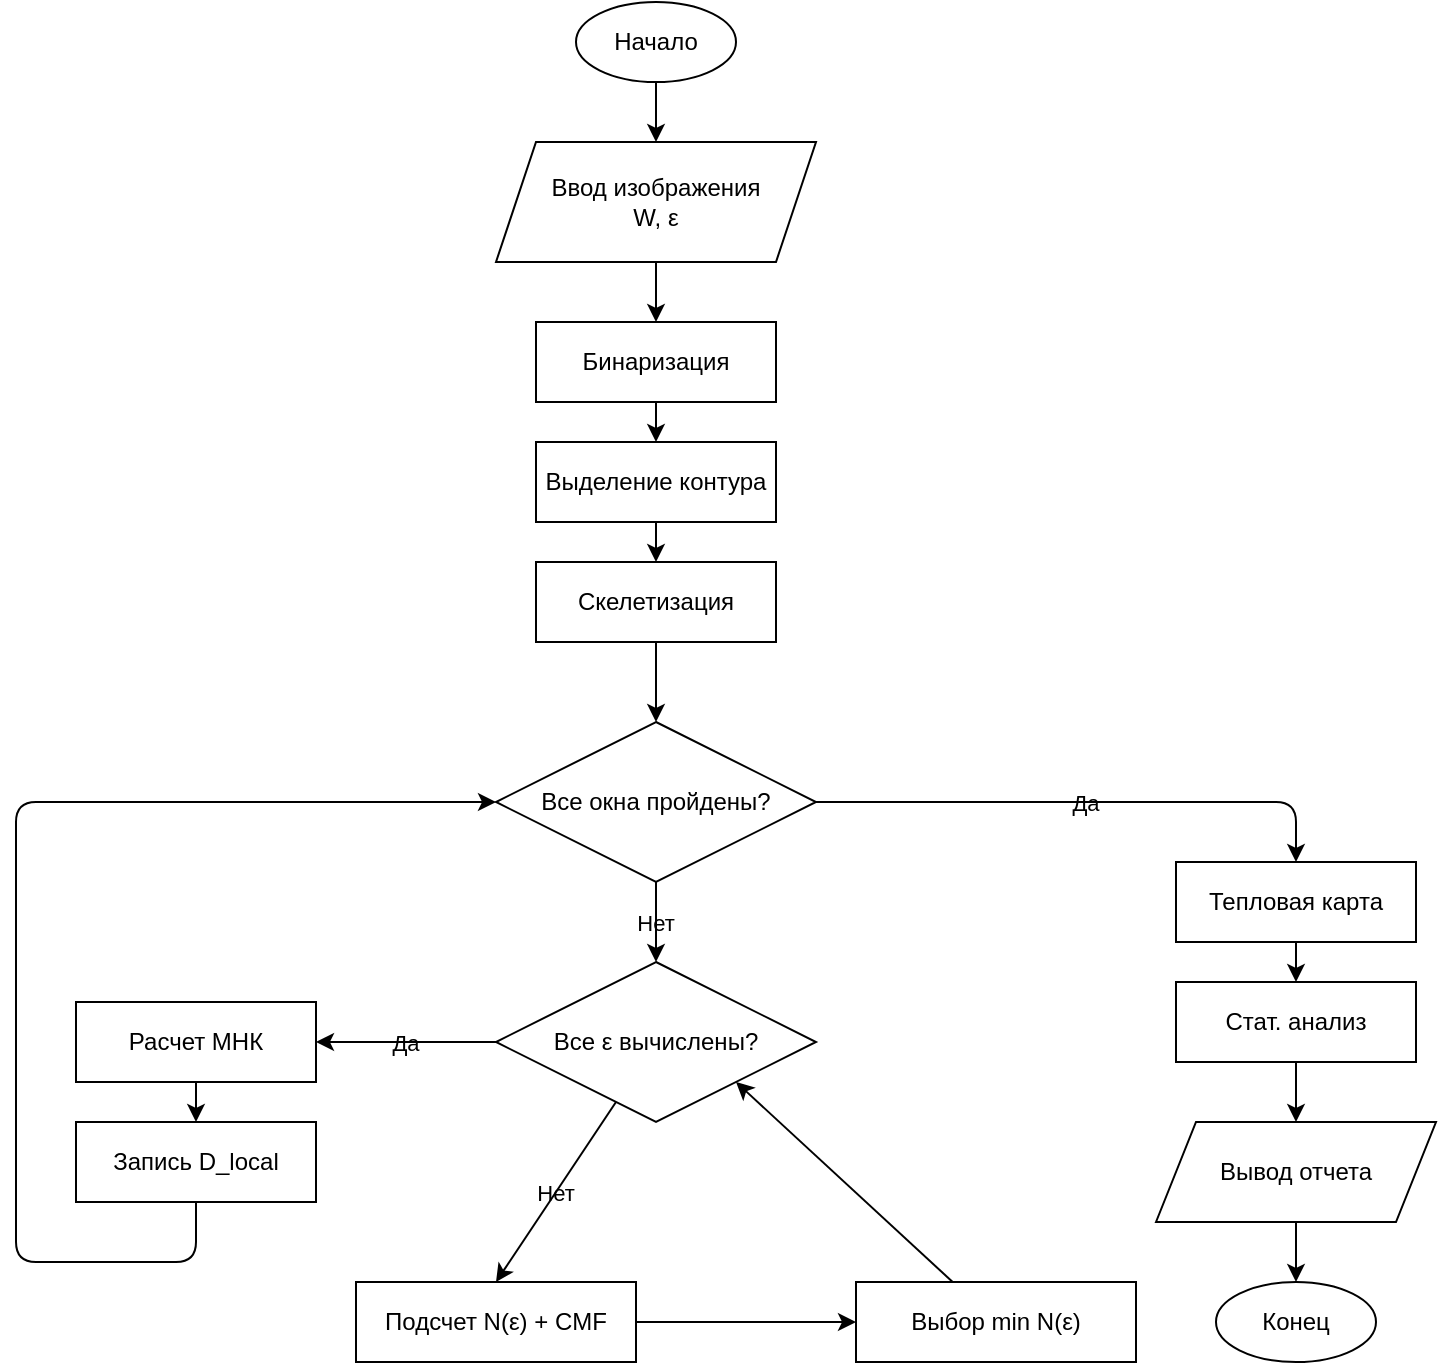
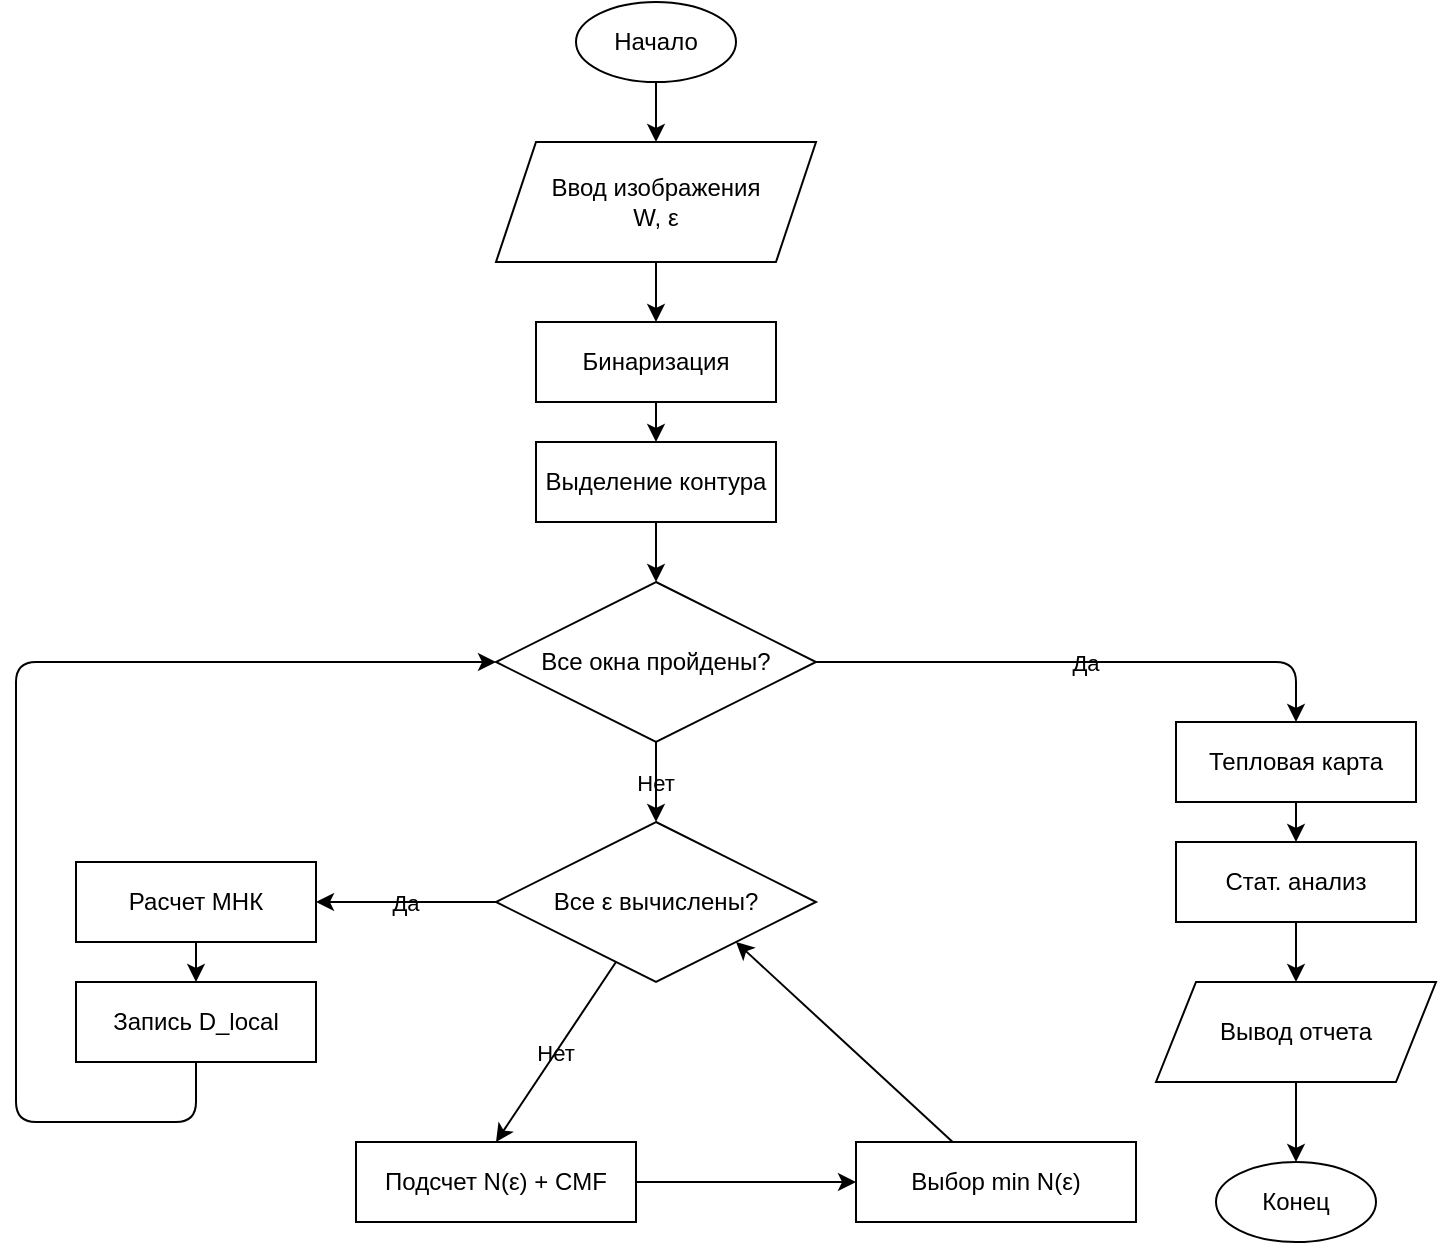
<mxfile host="app.diagrams.net" agent="Mozilla/5.0 (Windows NT 10.0; Win64; x64) AppleWebKit/537.36 (KHTML, like Gecko) Chrome/146.0.0.0 Safari/537.36">
  <diagram name="Страница-1" id="5RszcFqm--sPhPtSSHNC">
-     <mxGraphModel dx="847" dy="985" grid="1" gridSize="10" guides="1" tooltips="1" connect="1" arrows="1" fold="1" page="1" pageScale="1" pageWidth="827" pageHeight="1169" background="none" math="0" shadow="0" adaptiveColors="none">
+     <mxGraphModel dx="3113" dy="1990" grid="1" gridSize="10" guides="1" tooltips="1" connect="1" arrows="1" fold="1" page="1" pageScale="1" pageWidth="827" pageHeight="1169" background="none" math="0" shadow="0" adaptiveColors="none">
      <root>
        <mxCell id="0" />
        <mxCell id="1" parent="0" />
        <mxCell id="rsp-gIEi3x-SC83Q4U99-33" parent="1" style="ellipse;whiteSpace=wrap;labelBackgroundColor=none;" value="Начало" vertex="1">
          <mxGeometry height="40" width="80" x="320" y="20" as="geometry" />
        </mxCell>
        <mxCell id="rsp-gIEi3x-SC83Q4U99-34" parent="1" style="shape=parallelogram;fixedSize=1;whiteSpace=wrap;labelBackgroundColor=none;" value="Ввод изображения&#xa;W, ε" vertex="1">
          <mxGeometry height="60" width="160" x="280" y="90" as="geometry" />
        </mxCell>
        <mxCell id="rsp-gIEi3x-SC83Q4U99-35" parent="1" style="rounded=0;whiteSpace=wrap;labelBackgroundColor=none;" value="Бинаризация" vertex="1">
          <mxGeometry height="40" width="120" x="300" y="180" as="geometry" />
        </mxCell>
        <mxCell id="rsp-gIEi3x-SC83Q4U99-36" parent="1" style="rounded=0;whiteSpace=wrap;labelBackgroundColor=none;" value="Выделение контура" vertex="1">
          <mxGeometry height="40" width="120" x="300" y="240" as="geometry" />
        </mxCell>
-         <mxCell id="rsp-gIEi3x-SC83Q4U99-37" parent="1" style="rounded=0;whiteSpace=wrap;labelBackgroundColor=none;" value="Скелетизация" vertex="1">
-           <mxGeometry height="40" width="120" x="300" y="300" as="geometry" />
-         </mxCell>
        <mxCell id="rsp-gIEi3x-SC83Q4U99-38" parent="1" style="rhombus;whiteSpace=wrap;labelBackgroundColor=none;" value="Все окна пройдены?" vertex="1">
-           <mxGeometry height="80" width="160" x="280" y="380" as="geometry" />
+           <mxGeometry height="80" width="160" x="280" y="310" as="geometry" />
        </mxCell>
        <mxCell id="rsp-gIEi3x-SC83Q4U99-39" parent="1" style="rhombus;whiteSpace=wrap;labelBackgroundColor=none;" value="Все ε вычислены?" vertex="1">
-           <mxGeometry height="80" width="160" x="280" y="500" as="geometry" />
+           <mxGeometry height="80" width="160" x="280" y="430" as="geometry" />
        </mxCell>
        <mxCell id="rsp-gIEi3x-SC83Q4U99-40" parent="1" style="rounded=0;whiteSpace=wrap;labelBackgroundColor=none;" value="Подсчет N(ε) + CMF" vertex="1">
-           <mxGeometry height="40" width="140" x="210" y="660" as="geometry" />
+           <mxGeometry height="40" width="140" x="210" y="590" as="geometry" />
        </mxCell>
        <mxCell id="rsp-gIEi3x-SC83Q4U99-41" parent="1" style="rounded=0;whiteSpace=wrap;labelBackgroundColor=none;" value="Выбор min N(ε)" vertex="1">
-           <mxGeometry height="40" width="140" x="460" y="660" as="geometry" />
+           <mxGeometry height="40" width="140" x="460" y="590" as="geometry" />
        </mxCell>
        <mxCell id="rsp-gIEi3x-SC83Q4U99-42" parent="1" style="rounded=0;whiteSpace=wrap;labelBackgroundColor=none;" value="Расчет МНК" vertex="1">
-           <mxGeometry height="40" width="120" x="70" y="520" as="geometry" />
+           <mxGeometry height="40" width="120" x="70" y="450" as="geometry" />
        </mxCell>
        <mxCell id="rsp-gIEi3x-SC83Q4U99-43" parent="1" style="rounded=0;whiteSpace=wrap;labelBackgroundColor=none;" value="Запись D_local" vertex="1">
-           <mxGeometry height="40" width="120" x="70" y="580" as="geometry" />
+           <mxGeometry height="40" width="120" x="70" y="510" as="geometry" />
        </mxCell>
        <mxCell id="rsp-gIEi3x-SC83Q4U99-44" parent="1" style="rounded=0;whiteSpace=wrap;labelBackgroundColor=none;" value="Тепловая карта" vertex="1">
-           <mxGeometry height="40" width="120" x="620" y="450" as="geometry" />
+           <mxGeometry height="40" width="120" x="620" y="380" as="geometry" />
        </mxCell>
        <mxCell id="rsp-gIEi3x-SC83Q4U99-45" parent="1" style="rounded=0;whiteSpace=wrap;labelBackgroundColor=none;" value="Стат. анализ" vertex="1">
-           <mxGeometry height="40" width="120" x="620" y="510" as="geometry" />
+           <mxGeometry height="40" width="120" x="620" y="440" as="geometry" />
        </mxCell>
        <mxCell id="rsp-gIEi3x-SC83Q4U99-46" parent="1" style="shape=parallelogram;fixedSize=1;whiteSpace=wrap;labelBackgroundColor=none;" value="Вывод отчета" vertex="1">
-           <mxGeometry height="50" width="140" x="610" y="580" as="geometry" />
+           <mxGeometry height="50" width="140" x="610" y="510" as="geometry" />
        </mxCell>
        <mxCell id="rsp-gIEi3x-SC83Q4U99-47" parent="1" style="ellipse;whiteSpace=wrap;labelBackgroundColor=none;" value="Конец" vertex="1">
-           <mxGeometry height="40" width="80" x="640" y="660" as="geometry" />
+           <mxGeometry height="40" width="80" x="640" y="600" as="geometry" />
        </mxCell>
        <mxCell id="rsp-gIEi3x-SC83Q4U99-48" edge="1" parent="1" source="rsp-gIEi3x-SC83Q4U99-33" style="labelBackgroundColor=none;fontColor=default;" target="rsp-gIEi3x-SC83Q4U99-34">
          <mxGeometry relative="1" as="geometry" />
        </mxCell>
        <mxCell id="rsp-gIEi3x-SC83Q4U99-49" edge="1" parent="1" source="rsp-gIEi3x-SC83Q4U99-34" style="labelBackgroundColor=none;fontColor=default;" target="rsp-gIEi3x-SC83Q4U99-35">
          <mxGeometry relative="1" as="geometry" />
        </mxCell>
        <mxCell id="rsp-gIEi3x-SC83Q4U99-50" edge="1" parent="1" source="rsp-gIEi3x-SC83Q4U99-35" style="labelBackgroundColor=none;fontColor=default;" target="rsp-gIEi3x-SC83Q4U99-36">
          <mxGeometry relative="1" as="geometry" />
        </mxCell>
-         <mxCell id="rsp-gIEi3x-SC83Q4U99-51" edge="1" parent="1" source="rsp-gIEi3x-SC83Q4U99-36" style="labelBackgroundColor=none;fontColor=default;" target="rsp-gIEi3x-SC83Q4U99-37">
-           <mxGeometry relative="1" as="geometry" />
-         </mxCell>
-         <mxCell id="rsp-gIEi3x-SC83Q4U99-52" edge="1" parent="1" source="rsp-gIEi3x-SC83Q4U99-37" style="labelBackgroundColor=none;fontColor=default;" target="rsp-gIEi3x-SC83Q4U99-38">
-           <mxGeometry relative="1" as="geometry" />
+         <mxCell id="rsp-gIEi3x-SC83Q4U99-51" edge="1" parent="1" source="rsp-gIEi3x-SC83Q4U99-36" style="labelBackgroundColor=none;fontColor=default;entryX=0.5;entryY=0;entryDx=0;entryDy=0;" target="rsp-gIEi3x-SC83Q4U99-38">
+           <mxGeometry relative="1" as="geometry">
+             <mxPoint x="360.0000000000002" y="300" as="targetPoint" />
+           </mxGeometry>
        </mxCell>
        <mxCell id="rsp-gIEi3x-SC83Q4U99-53" edge="1" parent="1" source="rsp-gIEi3x-SC83Q4U99-38" style="labelBackgroundColor=none;fontColor=default;" target="rsp-gIEi3x-SC83Q4U99-39" value="Нет">
          <mxGeometry relative="1" as="geometry" />
        </mxCell>
        <mxCell id="rsp-gIEi3x-SC83Q4U99-54" edge="1" parent="1" source="rsp-gIEi3x-SC83Q4U99-39" style="labelBackgroundColor=none;fontColor=default;entryX=0.5;entryY=0;entryDx=0;entryDy=0;" target="rsp-gIEi3x-SC83Q4U99-40" value="Нет">
          <mxGeometry relative="1" as="geometry">
-             <mxPoint x="360" y="660" as="targetPoint" />
+             <mxPoint x="360" y="590" as="targetPoint" />
          </mxGeometry>
        </mxCell>
        <mxCell id="rsp-gIEi3x-SC83Q4U99-55" edge="1" parent="1" source="rsp-gIEi3x-SC83Q4U99-40" style="labelBackgroundColor=none;fontColor=default;" target="rsp-gIEi3x-SC83Q4U99-41">
          <mxGeometry relative="1" as="geometry" />
        </mxCell>
        <mxCell id="rsp-gIEi3x-SC83Q4U99-56" edge="1" parent="1" source="rsp-gIEi3x-SC83Q4U99-41" style="entryX=1;entryY=1;labelBackgroundColor=none;fontColor=default;entryDx=0;entryDy=0;" target="rsp-gIEi3x-SC83Q4U99-39">
          <mxGeometry relative="1" as="geometry">
            <Array as="points" />
          </mxGeometry>
        </mxCell>
        <mxCell id="rsp-gIEi3x-SC83Q4U99-57" edge="1" parent="1" source="rsp-gIEi3x-SC83Q4U99-39" style="labelBackgroundColor=none;fontColor=default;" target="rsp-gIEi3x-SC83Q4U99-42" value="Да">
          <mxGeometry relative="1" as="geometry" />
        </mxCell>
        <mxCell id="rsp-gIEi3x-SC83Q4U99-58" edge="1" parent="1" source="rsp-gIEi3x-SC83Q4U99-42" style="labelBackgroundColor=none;fontColor=default;" target="rsp-gIEi3x-SC83Q4U99-43">
          <mxGeometry relative="1" as="geometry" />
        </mxCell>
        <mxCell id="rsp-gIEi3x-SC83Q4U99-59" edge="1" parent="1" source="rsp-gIEi3x-SC83Q4U99-43" style="entryX=0;entryY=0.5;exitX=0.5;exitY=1;labelBackgroundColor=none;fontColor=default;exitDx=0;exitDy=0;" target="rsp-gIEi3x-SC83Q4U99-38">
          <mxGeometry relative="1" as="geometry">
            <Array as="points">
-               <mxPoint x="130" y="650" />
-               <mxPoint x="40" y="650" />
-               <mxPoint x="40" y="420" />
-               <mxPoint x="240" y="420" />
+               <mxPoint x="130" y="580" />
+               <mxPoint x="40" y="580" />
+               <mxPoint x="40" y="350" />
+               <mxPoint x="240" y="350" />
            </Array>
-             <mxPoint x="200" y="550" as="sourcePoint" />
-             <mxPoint x="200" y="420" as="targetPoint" />
+             <mxPoint x="200" y="480" as="sourcePoint" />
+             <mxPoint x="200" y="350" as="targetPoint" />
          </mxGeometry>
        </mxCell>
        <mxCell id="rsp-gIEi3x-SC83Q4U99-60" edge="1" parent="1" source="rsp-gIEi3x-SC83Q4U99-38" style="labelBackgroundColor=none;fontColor=default;" target="rsp-gIEi3x-SC83Q4U99-44" value="Да">
          <mxGeometry relative="1" as="geometry">
            <Array as="points">
-               <mxPoint x="680" y="420" />
-               <mxPoint x="680" y="450" />
+               <mxPoint x="680" y="350" />
+               <mxPoint x="680" y="380" />
            </Array>
          </mxGeometry>
        </mxCell>
        <mxCell id="rsp-gIEi3x-SC83Q4U99-61" edge="1" parent="1" source="rsp-gIEi3x-SC83Q4U99-44" style="labelBackgroundColor=none;fontColor=default;" target="rsp-gIEi3x-SC83Q4U99-45">
          <mxGeometry relative="1" as="geometry" />
        </mxCell>
-         <mxCell id="rsp-gIEi3x-SC83Q4U99-62" edge="1" parent="1" source="rsp-gIEi3x-SC83Q4U99-45" style="labelBackgroundColor=none;fontColor=default;" target="rsp-gIEi3x-SC83Q4U99-46">
-           <mxGeometry relative="1" as="geometry" />
+         <mxCell id="rsp-gIEi3x-SC83Q4U99-62" edge="1" parent="1" source="rsp-gIEi3x-SC83Q4U99-45" style="labelBackgroundColor=none;fontColor=default;">
+           <mxGeometry relative="1" as="geometry">
+             <mxPoint x="680" y="510" as="targetPoint" />
+           </mxGeometry>
        </mxCell>
-         <mxCell id="rsp-gIEi3x-SC83Q4U99-63" edge="1" parent="1" source="rsp-gIEi3x-SC83Q4U99-46" style="labelBackgroundColor=none;fontColor=default;" target="rsp-gIEi3x-SC83Q4U99-47">
-           <mxGeometry relative="1" as="geometry" />
+         <mxCell id="rsp-gIEi3x-SC83Q4U99-63" edge="1" parent="1" style="labelBackgroundColor=none;fontColor=default;" target="rsp-gIEi3x-SC83Q4U99-47">
+           <mxGeometry relative="1" as="geometry">
+             <mxPoint x="680" y="560" as="sourcePoint" />
+           </mxGeometry>
        </mxCell>
      </root>
    </mxGraphModel>
  </diagram>
</mxfile>
